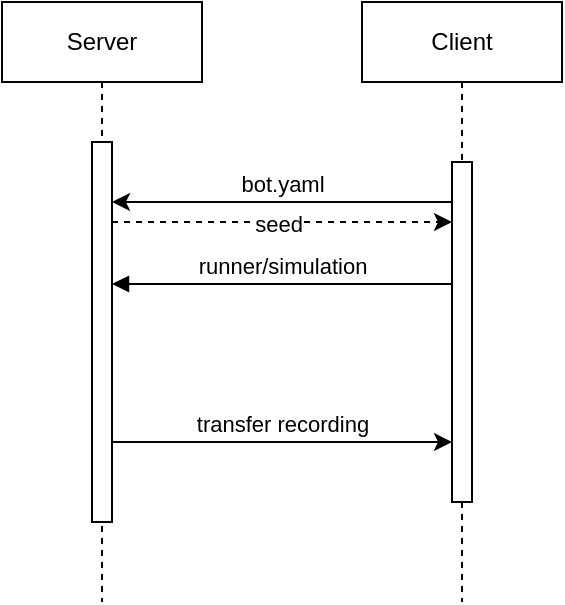
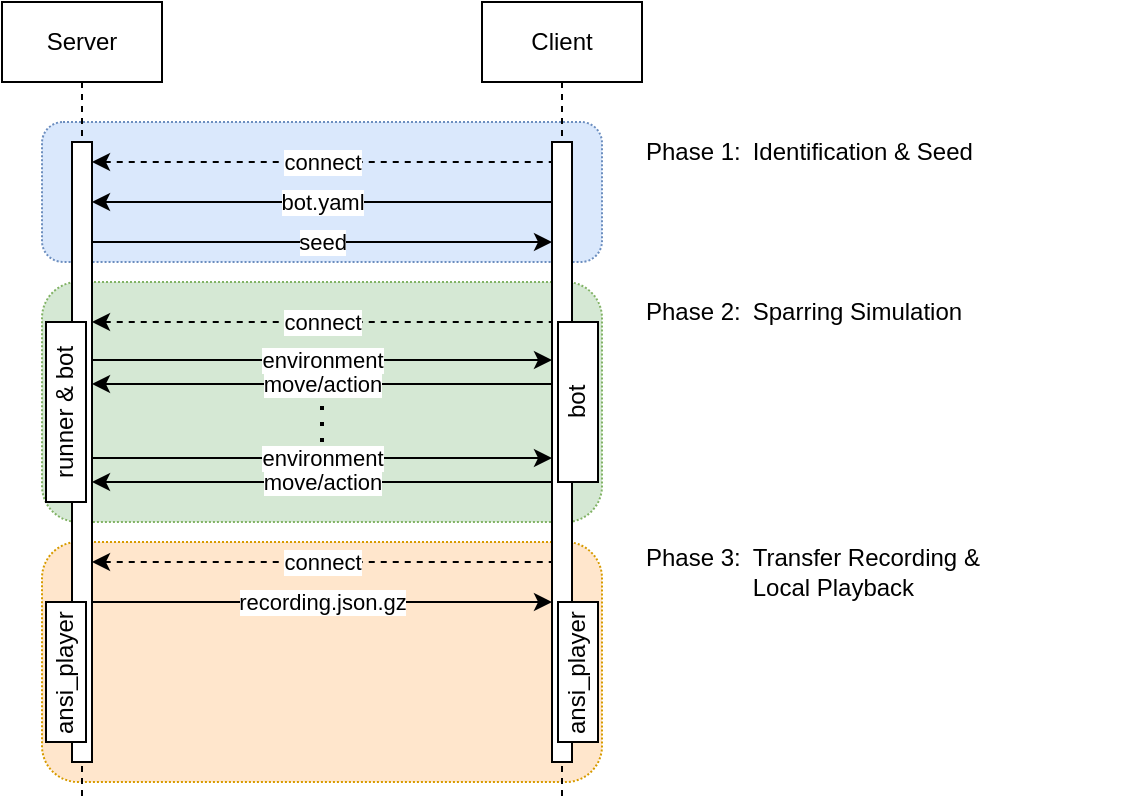
<mxfile host="Electron" agent="Mozilla/5.0 (X11; Linux x86_64) AppleWebKit/537.36 (KHTML, like Gecko) draw.io/28.2.5 Chrome/138.0.7204.251 Electron/37.6.1 Safari/537.36" version="28.2.5">
  <diagram name="Page-1" id="5pMpZFn8BXQCqMviRsgg">
-     <mxGraphModel dx="382" dy="255" grid="1" gridSize="10" guides="1" tooltips="1" connect="1" arrows="1" fold="1" page="1" pageScale="1" pageWidth="850" pageHeight="1100" math="0" shadow="0">
+     <mxGraphModel dx="668" dy="447" grid="1" gridSize="10" guides="1" tooltips="1" connect="1" arrows="1" fold="1" page="1" pageScale="1" pageWidth="850" pageHeight="1100" math="0" shadow="0">
      <root>
        <mxCell id="0" />
        <mxCell id="1" parent="0" />
-         <mxCell id="aSOhBzx_2_x9MXlm6x8W-1" value="Server" style="shape=umlLifeline;perimeter=lifelinePerimeter;whiteSpace=wrap;html=1;container=0;dropTarget=0;collapsible=0;recursiveResize=0;outlineConnect=0;portConstraint=eastwest;newEdgeStyle={&quot;edgeStyle&quot;:&quot;elbowEdgeStyle&quot;,&quot;elbow&quot;:&quot;vertical&quot;,&quot;curved&quot;:0,&quot;rounded&quot;:0};" vertex="1" parent="1">
-           <mxGeometry x="20" y="20" width="100" height="300" as="geometry" />
+         <mxCell id="KVoSvuRo3E60HZ3P-SIR-16" value="" style="rounded=1;whiteSpace=wrap;html=1;fillColor=#dae8fc;dashed=1;dashPattern=1 1;glass=0;strokeColor=#6c8ebf;perimeterSpacing=0;" vertex="1" parent="1">
+           <mxGeometry x="100" y="100" width="280" height="70" as="geometry" />
        </mxCell>
-         <mxCell id="aSOhBzx_2_x9MXlm6x8W-2" value="" style="html=1;points=[];perimeter=orthogonalPerimeter;outlineConnect=0;targetShapes=umlLifeline;portConstraint=eastwest;newEdgeStyle={&quot;edgeStyle&quot;:&quot;elbowEdgeStyle&quot;,&quot;elbow&quot;:&quot;vertical&quot;,&quot;curved&quot;:0,&quot;rounded&quot;:0};" vertex="1" parent="aSOhBzx_2_x9MXlm6x8W-1">
-           <mxGeometry x="45" y="70" width="10" height="190" as="geometry" />
+         <mxCell id="KVoSvuRo3E60HZ3P-SIR-17" value="" style="rounded=1;whiteSpace=wrap;html=1;fillColor=#d5e8d4;dashed=1;dashPattern=1 1;glass=0;strokeColor=#82b366;perimeterSpacing=0;" vertex="1" parent="1">
+           <mxGeometry x="100" y="180" width="280" height="120" as="geometry" />
        </mxCell>
-         <mxCell id="aSOhBzx_2_x9MXlm6x8W-5" value="Client" style="shape=umlLifeline;perimeter=lifelinePerimeter;whiteSpace=wrap;html=1;container=0;dropTarget=0;collapsible=0;recursiveResize=0;outlineConnect=0;portConstraint=eastwest;newEdgeStyle={&quot;edgeStyle&quot;:&quot;elbowEdgeStyle&quot;,&quot;elbow&quot;:&quot;vertical&quot;,&quot;curved&quot;:0,&quot;rounded&quot;:0};" vertex="1" parent="1">
-           <mxGeometry x="200" y="20" width="100" height="300" as="geometry" />
+         <mxCell id="KVoSvuRo3E60HZ3P-SIR-18" value="" style="rounded=1;whiteSpace=wrap;html=1;fillColor=#ffe6cc;dashed=1;dashPattern=1 1;glass=0;strokeColor=#d79b00;perimeterSpacing=0;" vertex="1" parent="1">
+           <mxGeometry x="100" y="310" width="280" height="120" as="geometry" />
        </mxCell>
-         <mxCell id="aSOhBzx_2_x9MXlm6x8W-6" value="" style="html=1;points=[];perimeter=orthogonalPerimeter;outlineConnect=0;targetShapes=umlLifeline;portConstraint=eastwest;newEdgeStyle={&quot;edgeStyle&quot;:&quot;elbowEdgeStyle&quot;,&quot;elbow&quot;:&quot;vertical&quot;,&quot;curved&quot;:0,&quot;rounded&quot;:0};" vertex="1" parent="aSOhBzx_2_x9MXlm6x8W-5">
-           <mxGeometry x="45" y="80" width="10" height="170" as="geometry" />
+         <mxCell id="aSOhBzx_2_x9MXlm6x8W-1" value="Server" style="shape=umlLifeline;perimeter=lifelinePerimeter;whiteSpace=wrap;html=1;container=0;dropTarget=0;collapsible=0;recursiveResize=0;outlineConnect=0;portConstraint=eastwest;newEdgeStyle={&quot;edgeStyle&quot;:&quot;elbowEdgeStyle&quot;,&quot;elbow&quot;:&quot;vertical&quot;,&quot;curved&quot;:0,&quot;rounded&quot;:0};" parent="1" vertex="1">
+           <mxGeometry x="80" y="40" width="80" height="400" as="geometry" />
        </mxCell>
-         <mxCell id="aSOhBzx_2_x9MXlm6x8W-7" value="bot.yaml" style="html=1;verticalAlign=bottom;endArrow=none;edgeStyle=elbowEdgeStyle;elbow=vertical;curved=0;rounded=0;startArrow=classic;startFill=1;endFill=0;" edge="1" parent="1">
+         <mxCell id="aSOhBzx_2_x9MXlm6x8W-2" value="" style="html=1;points=[];perimeter=orthogonalPerimeter;outlineConnect=0;targetShapes=umlLifeline;portConstraint=eastwest;newEdgeStyle={&quot;edgeStyle&quot;:&quot;elbowEdgeStyle&quot;,&quot;elbow&quot;:&quot;vertical&quot;,&quot;curved&quot;:0,&quot;rounded&quot;:0};" parent="aSOhBzx_2_x9MXlm6x8W-1" vertex="1">
+           <mxGeometry x="35" y="70" width="10" height="310" as="geometry" />
+         </mxCell>
+         <mxCell id="aSOhBzx_2_x9MXlm6x8W-7" value="connect" style="html=1;verticalAlign=middle;endArrow=none;edgeStyle=elbowEdgeStyle;elbow=vertical;curved=0;rounded=0;startArrow=classic;startFill=1;endFill=0;dashed=1;labelBackgroundColor=default;" parent="1" edge="1" target="KVoSvuRo3E60HZ3P-SIR-2" source="aSOhBzx_2_x9MXlm6x8W-2">
          <mxGeometry relative="1" as="geometry">
-             <mxPoint x="75" y="120" as="sourcePoint" />
+             <mxPoint x="170" y="120" as="sourcePoint" />
            <Array as="points">
-               <mxPoint x="160" y="120" />
+               <mxPoint x="235" y="120" />
            </Array>
-             <mxPoint x="245" y="120" as="targetPoint" />
-           </mxGeometry>
-         </mxCell>
-         <mxCell id="aSOhBzx_2_x9MXlm6x8W-9" value="runner/simulation" style="html=1;verticalAlign=bottom;endArrow=block;edgeStyle=elbowEdgeStyle;elbow=vertical;curved=0;rounded=0;" edge="1" parent="1">
-           <mxGeometry relative="1" as="geometry">
-             <mxPoint x="245" y="161" as="sourcePoint" />
-             <Array as="points">
-               <mxPoint x="180" y="161" />
-             </Array>
-             <mxPoint x="75" y="161" as="targetPoint" />
-           </mxGeometry>
-         </mxCell>
-         <mxCell id="aSOhBzx_2_x9MXlm6x8W-11" value="seed" style="html=1;verticalAlign=bottom;endArrow=classic;dashed=1;endSize=6;edgeStyle=elbowEdgeStyle;elbow=vertical;curved=0;rounded=0;startArrow=none;startFill=0;endFill=1;" edge="1" parent="1">
-           <mxGeometry x="-0.0303" y="-10" relative="1" as="geometry">
-             <mxPoint x="245" y="130" as="targetPoint" />
-             <Array as="points">
-               <mxPoint x="160" y="130" />
-             </Array>
-             <mxPoint x="75" y="130" as="sourcePoint" />
+             <mxPoint x="320" y="120" as="targetPoint" />
            <mxPoint as="offset" />
          </mxGeometry>
        </mxCell>
-         <mxCell id="aSOhBzx_2_x9MXlm6x8W-13" value="transfer recording" style="html=1;verticalAlign=bottom;endArrow=none;edgeStyle=elbowEdgeStyle;elbow=vertical;curved=0;rounded=0;startArrow=classic;startFill=1;endFill=0;" edge="1" parent="1" source="aSOhBzx_2_x9MXlm6x8W-6" target="aSOhBzx_2_x9MXlm6x8W-2">
+         <mxCell id="aSOhBzx_2_x9MXlm6x8W-13" value="recording.json.gz" style="html=1;verticalAlign=middle;endArrow=none;edgeStyle=elbowEdgeStyle;elbow=vertical;curved=0;rounded=0;startArrow=classic;startFill=1;endFill=0;" parent="1" source="KVoSvuRo3E60HZ3P-SIR-2" target="aSOhBzx_2_x9MXlm6x8W-2" edge="1">
          <mxGeometry relative="1" as="geometry">
-             <mxPoint x="240" y="240" as="sourcePoint" />
+             <mxPoint x="340" y="340" as="sourcePoint" />
            <Array as="points">
-               <mxPoint x="185" y="240" />
+               <mxPoint x="200.19" y="340" />
            </Array>
-             <mxPoint x="80" y="240" as="targetPoint" />
+             <mxPoint x="130" y="340" as="targetPoint" />
          </mxGeometry>
+         </mxCell>
+         <mxCell id="KVoSvuRo3E60HZ3P-SIR-1" value="Client" style="shape=umlLifeline;perimeter=lifelinePerimeter;whiteSpace=wrap;html=1;container=0;dropTarget=0;collapsible=0;recursiveResize=0;outlineConnect=0;portConstraint=eastwest;newEdgeStyle={&quot;edgeStyle&quot;:&quot;elbowEdgeStyle&quot;,&quot;elbow&quot;:&quot;vertical&quot;,&quot;curved&quot;:0,&quot;rounded&quot;:0};" vertex="1" parent="1">
+           <mxGeometry x="320" y="40" width="80" height="400" as="geometry" />
+         </mxCell>
+         <mxCell id="KVoSvuRo3E60HZ3P-SIR-2" value="" style="html=1;points=[];perimeter=orthogonalPerimeter;outlineConnect=0;targetShapes=umlLifeline;portConstraint=eastwest;newEdgeStyle={&quot;edgeStyle&quot;:&quot;elbowEdgeStyle&quot;,&quot;elbow&quot;:&quot;vertical&quot;,&quot;curved&quot;:0,&quot;rounded&quot;:0};" vertex="1" parent="KVoSvuRo3E60HZ3P-SIR-1">
+           <mxGeometry x="35" y="70" width="10" height="310" as="geometry" />
+         </mxCell>
+         <mxCell id="KVoSvuRo3E60HZ3P-SIR-3" value="bot.yaml" style="html=1;verticalAlign=middle;endArrow=classic;edgeStyle=elbowEdgeStyle;elbow=vertical;curved=0;rounded=0;startArrow=none;startFill=0;endFill=1;" edge="1" parent="1" source="KVoSvuRo3E60HZ3P-SIR-2" target="aSOhBzx_2_x9MXlm6x8W-2">
+           <mxGeometry relative="1" as="geometry">
+             <mxPoint x="335" y="140" as="sourcePoint" />
+             <Array as="points">
+               <mxPoint x="195" y="140" />
+             </Array>
+             <mxPoint x="140" y="140" as="targetPoint" />
+           </mxGeometry>
+         </mxCell>
+         <mxCell id="KVoSvuRo3E60HZ3P-SIR-4" value="seed" style="html=1;verticalAlign=middle;endArrow=none;edgeStyle=elbowEdgeStyle;elbow=vertical;curved=0;rounded=0;startArrow=classic;startFill=1;endFill=0;" edge="1" parent="1">
+           <mxGeometry relative="1" as="geometry">
+             <mxPoint x="355" y="160" as="sourcePoint" />
+             <Array as="points">
+               <mxPoint x="200" y="160" />
+             </Array>
+             <mxPoint x="125" y="160" as="targetPoint" />
+           </mxGeometry>
+         </mxCell>
+         <mxCell id="KVoSvuRo3E60HZ3P-SIR-5" value="connect" style="html=1;verticalAlign=middle;endArrow=none;edgeStyle=elbowEdgeStyle;elbow=vertical;curved=0;rounded=0;startArrow=classic;startFill=1;endFill=0;dashed=1;" edge="1" parent="1" source="aSOhBzx_2_x9MXlm6x8W-2" target="KVoSvuRo3E60HZ3P-SIR-2">
+           <mxGeometry relative="1" as="geometry">
+             <mxPoint x="130" y="200" as="sourcePoint" />
+             <Array as="points">
+               <mxPoint x="230" y="200" />
+             </Array>
+             <mxPoint x="350" y="200" as="targetPoint" />
+           </mxGeometry>
+         </mxCell>
+         <mxCell id="KVoSvuRo3E60HZ3P-SIR-7" value="environment" style="html=1;verticalAlign=middle;endArrow=none;edgeStyle=elbowEdgeStyle;elbow=vertical;curved=0;rounded=0;startArrow=classic;startFill=1;endFill=0;" edge="1" parent="1">
+           <mxGeometry relative="1" as="geometry">
+             <mxPoint x="355" y="219" as="sourcePoint" />
+             <Array as="points">
+               <mxPoint x="195" y="219" />
+             </Array>
+             <mxPoint x="125" y="219" as="targetPoint" />
+           </mxGeometry>
+         </mxCell>
+         <mxCell id="KVoSvuRo3E60HZ3P-SIR-8" value="move/action" style="html=1;verticalAlign=middle;endArrow=classic;edgeStyle=elbowEdgeStyle;elbow=vertical;curved=0;rounded=0;startArrow=none;startFill=0;endFill=1;" edge="1" parent="1">
+           <mxGeometry relative="1" as="geometry">
+             <mxPoint x="355" y="231" as="sourcePoint" />
+             <Array as="points">
+               <mxPoint x="200" y="231" />
+             </Array>
+             <mxPoint x="125" y="231" as="targetPoint" />
+           </mxGeometry>
+         </mxCell>
+         <mxCell id="KVoSvuRo3E60HZ3P-SIR-9" value="environment" style="html=1;verticalAlign=middle;endArrow=none;edgeStyle=elbowEdgeStyle;elbow=vertical;curved=0;rounded=0;startArrow=classic;startFill=1;endFill=0;" edge="1" parent="1">
+           <mxGeometry relative="1" as="geometry">
+             <mxPoint x="355" y="268" as="sourcePoint" />
+             <Array as="points">
+               <mxPoint x="195" y="268" />
+             </Array>
+             <mxPoint x="125" y="268" as="targetPoint" />
+           </mxGeometry>
+         </mxCell>
+         <mxCell id="KVoSvuRo3E60HZ3P-SIR-10" value="move/action" style="html=1;verticalAlign=middle;endArrow=classic;edgeStyle=elbowEdgeStyle;elbow=vertical;curved=0;rounded=0;startArrow=none;startFill=0;endFill=1;" edge="1" parent="1">
+           <mxGeometry relative="1" as="geometry">
+             <mxPoint x="355" y="280" as="sourcePoint" />
+             <Array as="points">
+               <mxPoint x="200" y="280" />
+             </Array>
+             <mxPoint x="125" y="280" as="targetPoint" />
+           </mxGeometry>
+         </mxCell>
+         <mxCell id="KVoSvuRo3E60HZ3P-SIR-11" value="" style="endArrow=none;dashed=1;html=1;dashPattern=1 3;strokeWidth=2;rounded=0;" edge="1" parent="1">
+           <mxGeometry width="50" height="50" relative="1" as="geometry">
+             <mxPoint x="240" y="260" as="sourcePoint" />
+             <mxPoint x="240" y="240" as="targetPoint" />
+           </mxGeometry>
+         </mxCell>
+         <mxCell id="KVoSvuRo3E60HZ3P-SIR-12" value="connect" style="html=1;verticalAlign=middle;endArrow=none;edgeStyle=elbowEdgeStyle;elbow=vertical;curved=0;rounded=0;startArrow=classic;startFill=1;endFill=0;dashed=1;" edge="1" parent="1" source="aSOhBzx_2_x9MXlm6x8W-2" target="KVoSvuRo3E60HZ3P-SIR-2">
+           <mxGeometry relative="1" as="geometry">
+             <mxPoint x="140" y="320" as="sourcePoint" />
+             <Array as="points">
+               <mxPoint x="225" y="320" />
+             </Array>
+             <mxPoint x="350" y="320" as="targetPoint" />
+           </mxGeometry>
+         </mxCell>
+         <mxCell id="KVoSvuRo3E60HZ3P-SIR-13" value="ansi_player" style="rounded=0;whiteSpace=wrap;html=1;textDirection=vertical-lr;rotation=-180;" vertex="1" parent="1">
+           <mxGeometry x="102" y="340" width="20" height="70" as="geometry" />
+         </mxCell>
+         <mxCell id="KVoSvuRo3E60HZ3P-SIR-14" value="ansi_player" style="rounded=0;whiteSpace=wrap;html=1;textDirection=vertical-lr;rotation=-180;" vertex="1" parent="1">
+           <mxGeometry x="358" y="340" width="20" height="70" as="geometry" />
+         </mxCell>
+         <mxCell id="KVoSvuRo3E60HZ3P-SIR-19" value="Phase 1:&lt;span style=&quot;white-space: pre;&quot;&gt;&#x9;&lt;/span&gt;Identification &amp;amp; Seed" style="text;html=1;align=left;verticalAlign=middle;whiteSpace=wrap;rounded=0;" vertex="1" parent="1">
+           <mxGeometry x="400" y="100" width="240" height="30" as="geometry" />
+         </mxCell>
+         <mxCell id="KVoSvuRo3E60HZ3P-SIR-20" value="Phase 2:&lt;span style=&quot;white-space: pre;&quot;&gt;&#x9;&lt;/span&gt;Sparring Simulation" style="text;html=1;align=left;verticalAlign=middle;whiteSpace=wrap;rounded=0;" vertex="1" parent="1">
+           <mxGeometry x="400" y="180" width="240" height="30" as="geometry" />
+         </mxCell>
+         <mxCell id="KVoSvuRo3E60HZ3P-SIR-21" value="Phase 3:&lt;span style=&quot;white-space: pre;&quot;&gt;&#x9;&lt;/span&gt;Transfer Recording &amp;amp;&lt;br&gt;&lt;span style=&quot;white-space: pre;&quot;&gt;&#x9;&lt;/span&gt;&lt;span style=&quot;white-space: pre;&quot;&gt;&#x9;&lt;/span&gt;Local Playback" style="text;html=1;align=left;verticalAlign=middle;whiteSpace=wrap;rounded=0;" vertex="1" parent="1">
+           <mxGeometry x="400" y="310" width="240" height="30" as="geometry" />
+         </mxCell>
+         <mxCell id="KVoSvuRo3E60HZ3P-SIR-23" value="runner &amp;amp; bot" style="rounded=0;whiteSpace=wrap;html=1;textDirection=vertical-lr;rotation=-180;" vertex="1" parent="1">
+           <mxGeometry x="102" y="200" width="20" height="90" as="geometry" />
+         </mxCell>
+         <mxCell id="KVoSvuRo3E60HZ3P-SIR-24" value="bot" style="rounded=0;whiteSpace=wrap;html=1;textDirection=vertical-lr;rotation=-180;" vertex="1" parent="1">
+           <mxGeometry x="358" y="200" width="20" height="80" as="geometry" />
        </mxCell>
      </root>
    </mxGraphModel>
  </diagram>
</mxfile>
